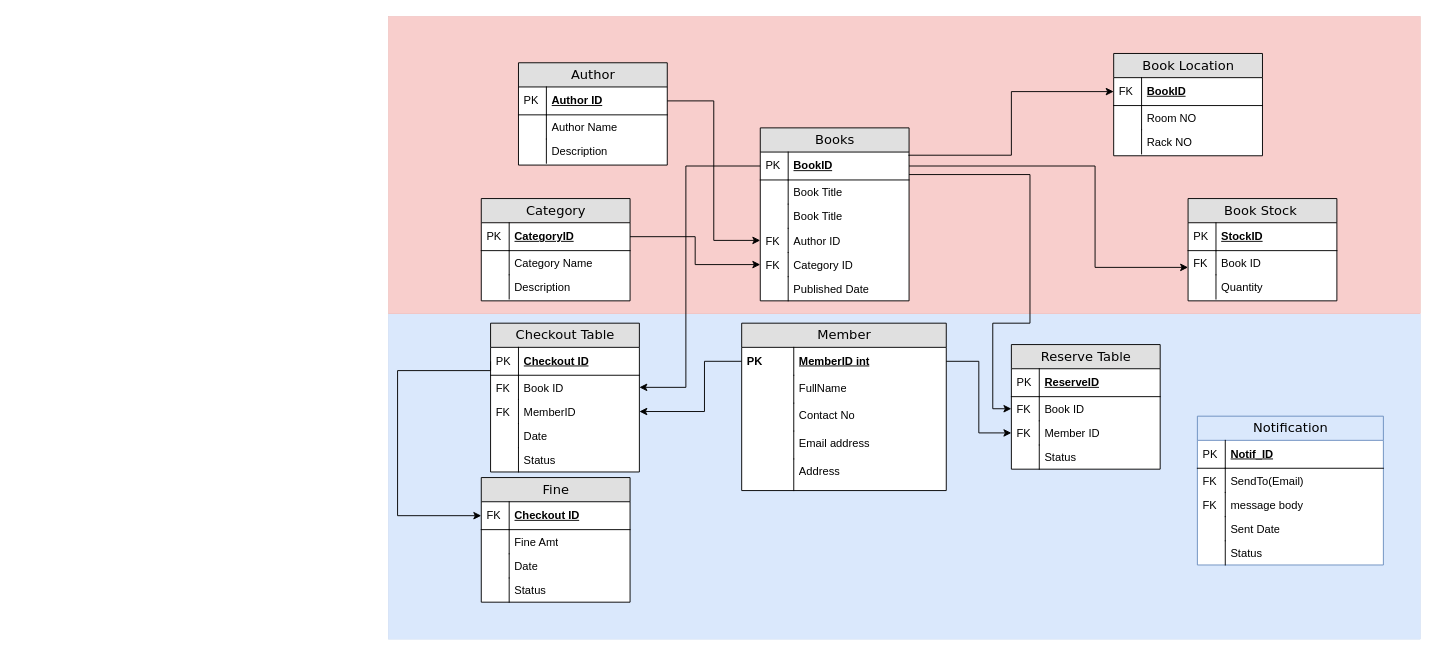
Before: ERD Library Mgmt System .drawio in Ritikup/Database-Diagrams, a draw.io diagram. Source tidied: cells renumbered, new cells numbered last; positions are measured from the earlier drawing's top-left corner, leaving out a move shared by most shapes. Both pictures are drawn from the tidied source at 93%, with x=0, y=0 at pixel (388, 16).
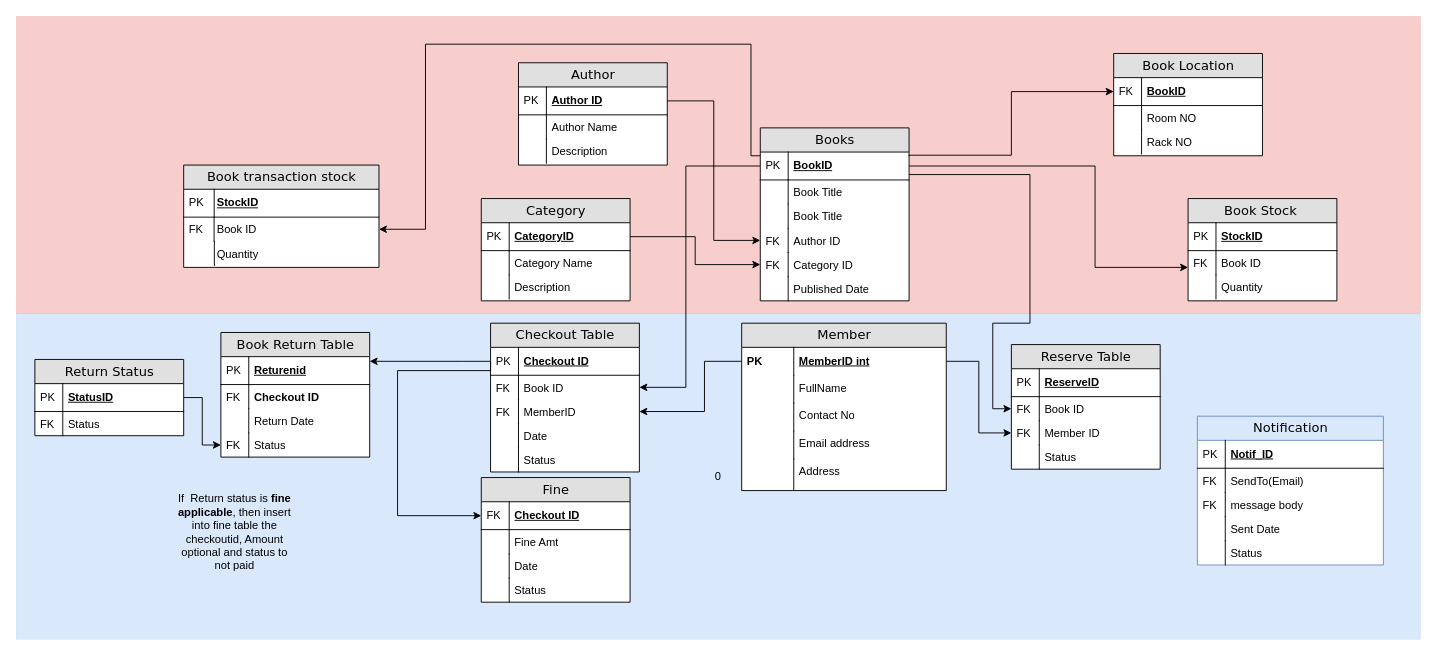
The same diagram, later.

The change refers to these unchanged cells:
```xml
<mxCell id="16" value="BookID" style="shape=partialRectangle;top=0;left=0;right=0;bottom=1;html=1;align=left;verticalAlign=middle;fillColor=none;spacingLeft=34;spacingRight=4;whiteSpace=wrap;overflow=hidden;points=[[0,0.5],[1,0.5]];portConstraint=eastwest;fontStyle=5;" parent="15" vertex="1">
  <mxGeometry y="26" width="160" height="30" as="geometry" />
</mxCell>
<mxCell id="72" value="Checkout ID" style="shape=partialRectangle;top=0;left=0;right=0;bottom=1;html=1;align=left;verticalAlign=middle;fillColor=none;spacingLeft=34;spacingRight=4;whiteSpace=wrap;overflow=hidden;points=[[0,0.5],[1,0.5]];portConstraint=eastwest;fontStyle=5;" parent="71" vertex="1">
  <mxGeometry y="26" width="160" height="30" as="geometry" />
</mxCell>
```

The edit, as a diff of the source:
```diff
@@
-    <mxCell id="2" style="rounded=0;whiteSpace=wrap;html=1;fillColor=#dae8fc;strokeColor=#6c8ebf;strokeWidth=0;" parent="1" vertex="1">
-      <mxGeometry y="320" width="1110" height="350" as="geometry" />
+    <mxCell id="2" value="0" style="rounded=0;whiteSpace=wrap;html=1;fillColor=#dae8fc;strokeColor=#6c8ebf;strokeWidth=0;" parent="1" vertex="1">
+      <mxGeometry x="-400" y="320" width="1510" height="350" as="geometry" />
     </mxCell>
     <mxCell id="3" style="rounded=0;whiteSpace=wrap;html=1;fillColor=#f8cecc;strokeColor=#b85450;strokeWidth=0;" parent="1" vertex="1">
-      <mxGeometry width="1110" height="320" as="geometry" />
+      <mxGeometry x="-400" width="1510" height="320" as="geometry" />
     </mxCell>
@@
+    <mxCell id="105" value="Book Return Table" style="swimlane;html=1;fontStyle=0;horizontal=1;startSize=26;fillColor=#e0e0e0;swimlaneFillColor=#ffffff;align=center;rounded=0;shadow=0;comic=0;labelBackgroundColor=none;strokeWidth=1;fontFamily=Verdana;fontSize=14;swimlaneLine=1;" parent="1" vertex="1">
+      <mxGeometry x="-180" y="340" width="160" height="134" as="geometry" />
+    </mxCell>
+    <mxCell id="106" value="Returenid" style="shape=partialRectangle;top=0;left=0;right=0;bottom=1;html=1;align=left;verticalAlign=middle;fillColor=none;spacingLeft=34;spacingRight=4;whiteSpace=wrap;overflow=hidden;fontStyle=5;" parent="105" vertex="1">
+      <mxGeometry y="26" width="160" height="30" as="geometry" />
+    </mxCell>
+    <mxCell id="107" value="PK" style="shape=partialRectangle;top=0;left=0;bottom=0;html=1;fillColor=none;align=left;verticalAlign=middle;spacingLeft=4;spacingRight=4;whiteSpace=wrap;overflow=hidden;" parent="106" vertex="1">
+      <mxGeometry width="30" height="30" as="geometry" />
+    </mxCell>
+    <mxCell id="108" value="&lt;span style=&quot;font-weight: 700&quot;&gt;Checkout ID&lt;/span&gt;" style="shape=partialRectangle;top=0;left=0;right=0;bottom=0;html=1;align=left;verticalAlign=top;fillColor=none;spacingLeft=34;spacingRight=4;whiteSpace=wrap;overflow=hidden;" parent="105" vertex="1">
+      <mxGeometry y="56" width="160" height="26" as="geometry" />
+    </mxCell>
+    <mxCell id="109" value="FK" style="shape=partialRectangle;top=0;left=0;bottom=0;html=1;fillColor=none;align=left;verticalAlign=top;spacingLeft=4;spacingRight=4;whiteSpace=wrap;overflow=hidden;" parent="108" vertex="1">
+      <mxGeometry width="30" height="26" as="geometry" />
+    </mxCell>
+    <mxCell id="110" value="Return Date" style="shape=partialRectangle;top=0;left=0;right=0;bottom=0;html=1;align=left;verticalAlign=top;fillColor=none;spacingLeft=34;spacingRight=4;whiteSpace=wrap;overflow=hidden;" parent="105" vertex="1">
+      <mxGeometry y="82" width="160" height="26" as="geometry" />
+    </mxCell>
+    <mxCell id="111" style="shape=partialRectangle;top=0;left=0;bottom=0;html=1;fillColor=none;align=left;verticalAlign=top;spacingLeft=4;spacingRight=4;whiteSpace=wrap;overflow=hidden;" parent="110" vertex="1">
+      <mxGeometry width="30" height="26" as="geometry" />
+    </mxCell>
+    <mxCell id="112" value="Status" style="shape=partialRectangle;top=0;left=0;right=0;bottom=0;html=1;align=left;verticalAlign=top;fillColor=none;spacingLeft=34;spacingRight=4;whiteSpace=wrap;overflow=hidden;points=[[0,0.5],[1,0.5]];portConstraint=eastwest;" parent="105" vertex="1">
+      <mxGeometry y="108" width="160" height="26" as="geometry" />
+    </mxCell>
+    <mxCell id="113" value="FK" style="shape=partialRectangle;top=0;left=0;bottom=0;html=1;fillColor=none;align=left;verticalAlign=top;spacingLeft=4;spacingRight=4;whiteSpace=wrap;overflow=hidden;" parent="112" vertex="1">
+      <mxGeometry width="30" height="26" as="geometry" />
+    </mxCell>
+    <mxCell id="114" style="edgeStyle=orthogonalEdgeStyle;rounded=0;jettySize=auto;html=1;" parent="1" edge="1" source="72">
+      <mxGeometry relative="1" as="geometry">
+        <mxPoint x="-20" y="371" as="targetPoint" />
+        <Array as="points">
+          <mxPoint x="80" y="371" />
+          <mxPoint x="80" y="371" />
+        </Array>
+      </mxGeometry>
+    </mxCell>
+    <mxCell id="115" value="Return Status" style="swimlane;html=1;fontStyle=0;horizontal=1;startSize=26;fillColor=#e0e0e0;swimlaneFillColor=#ffffff;align=center;rounded=0;shadow=0;comic=0;labelBackgroundColor=none;strokeWidth=1;fontFamily=Verdana;fontSize=14;swimlaneLine=1;" parent="1" vertex="1">
+      <mxGeometry x="-380" y="369" width="160" height="82" as="geometry" />
+    </mxCell>
+    <mxCell id="116" value="StatusID" style="shape=partialRectangle;top=0;left=0;right=0;bottom=1;html=1;align=left;verticalAlign=middle;fillColor=none;spacingLeft=34;spacingRight=4;whiteSpace=wrap;overflow=hidden;points=[[0,0.5],[1,0.5]];portConstraint=eastwest;fontStyle=5;" parent="115" vertex="1">
+      <mxGeometry y="26" width="160" height="30" as="geometry" />
+    </mxCell>
+    <mxCell id="117" value="PK" style="shape=partialRectangle;top=0;left=0;bottom=0;html=1;fillColor=none;align=left;verticalAlign=middle;spacingLeft=4;spacingRight=4;whiteSpace=wrap;overflow=hidden;" parent="116" vertex="1">
+      <mxGeometry width="30" height="30" as="geometry" />
+    </mxCell>
+    <mxCell id="118" value="Status" style="shape=partialRectangle;top=0;left=0;right=0;bottom=0;html=1;align=left;verticalAlign=top;fillColor=none;spacingLeft=34;spacingRight=4;whiteSpace=wrap;overflow=hidden;" parent="115" vertex="1">
+      <mxGeometry y="56" width="160" height="26" as="geometry" />
+    </mxCell>
+    <mxCell id="119" value="FK" style="shape=partialRectangle;top=0;left=0;bottom=0;html=1;fillColor=none;align=left;verticalAlign=top;spacingLeft=4;spacingRight=4;whiteSpace=wrap;overflow=hidden;" parent="118" vertex="1">
+      <mxGeometry width="30" height="26" as="geometry" />
+    </mxCell>
+    <mxCell id="120" style="edgeStyle=orthogonalEdgeStyle;rounded=0;jettySize=auto;html=1;exitX=1;exitY=0.5;exitDx=0;exitDy=0;" parent="1" edge="1" source="116" target="112">
+      <mxGeometry relative="1" as="geometry" />
+    </mxCell>
+    <mxCell id="121" value="If&amp;nbsp; Return status is &lt;b&gt;fine applicable&lt;/b&gt;, then insert into fine table the checkoutid, Amount optional and status to not paid" style="text;html=1;strokeColor=none;fillColor=none;align=center;verticalAlign=middle;whiteSpace=wrap;rounded=0;" parent="1" vertex="1">
+      <mxGeometry x="-230" y="540" width="130" height="30" as="geometry" />
+    </mxCell>
+    <mxCell id="122" value="Book transaction stock" style="swimlane;html=1;fontStyle=0;horizontal=1;startSize=26;fillColor=#e0e0e0;swimlaneFillColor=#ffffff;align=center;rounded=0;shadow=0;comic=0;labelBackgroundColor=none;strokeWidth=1;fontFamily=Verdana;fontSize=14;swimlaneLine=1;" parent="1" vertex="1">
+      <mxGeometry x="-220" y="160" width="210" height="110" as="geometry" />
+    </mxCell>
+    <mxCell id="123" value="StockID" style="shape=partialRectangle;top=0;left=0;right=0;bottom=1;html=1;align=left;verticalAlign=middle;fillColor=none;spacingLeft=34;spacingRight=4;whiteSpace=wrap;overflow=hidden;fontStyle=5;" parent="122" vertex="1">
+      <mxGeometry y="26" width="210" height="30" as="geometry" />
+    </mxCell>
+    <mxCell id="124" value="PK" style="shape=partialRectangle;top=0;left=0;bottom=0;html=1;fillColor=none;align=left;verticalAlign=middle;spacingLeft=4;spacingRight=4;whiteSpace=wrap;overflow=hidden;" parent="123" vertex="1">
+      <mxGeometry width="32.8" height="30" as="geometry" />
+    </mxCell>
+    <mxCell id="125" value="Book ID" style="shape=partialRectangle;top=0;left=0;right=0;bottom=0;html=1;align=left;verticalAlign=top;fillColor=none;spacingLeft=34;spacingRight=4;whiteSpace=wrap;overflow=hidden;points=[[0,0.5],[1,0.5]];portConstraint=eastwest;" parent="122" vertex="1">
+      <mxGeometry y="56" width="210" height="26" as="geometry" />
+    </mxCell>
+    <mxCell id="126" value="FK" style="shape=partialRectangle;top=0;left=0;bottom=0;html=1;fillColor=none;align=left;verticalAlign=top;spacingLeft=4;spacingRight=4;whiteSpace=wrap;overflow=hidden;" parent="125" vertex="1">
+      <mxGeometry width="32.7" height="26" as="geometry" />
+    </mxCell>
+    <mxCell id="127" value="Quantity" style="shape=partialRectangle;top=0;left=0;right=0;bottom=0;html=1;align=left;verticalAlign=top;fillColor=none;spacingLeft=34;spacingRight=4;whiteSpace=wrap;overflow=hidden;" parent="122" vertex="1">
+      <mxGeometry y="82" width="210" height="26" as="geometry" />
+    </mxCell>
+    <mxCell id="128" style="shape=partialRectangle;top=0;left=0;bottom=0;html=1;fillColor=none;align=left;verticalAlign=top;spacingLeft=4;spacingRight=4;whiteSpace=wrap;overflow=hidden;" parent="127" vertex="1">
+      <mxGeometry width="33" height="26" as="geometry" />
+    </mxCell>
+    <mxCell id="129" style="edgeStyle=orthogonalEdgeStyle;rounded=0;jettySize=auto;html=1;" parent="1" edge="1" source="16" target="125">
+      <mxGeometry relative="1" as="geometry">
+        <Array as="points">
+          <mxPoint x="390" y="150" />
+          <mxPoint x="390" y="30" />
+          <mxPoint x="40" y="30" />
+          <mxPoint x="40" y="229" />
+        </Array>
+      </mxGeometry>
+    </mxCell>
```
